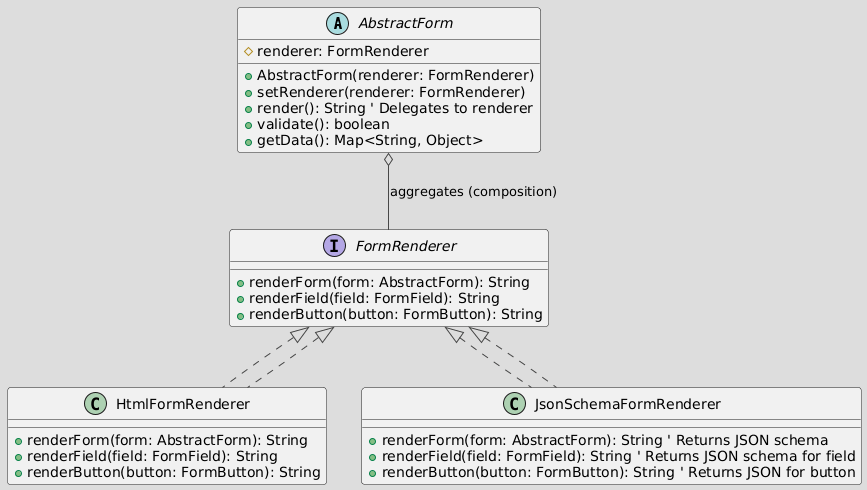
Earlier version of the PlantUML export docs/Uml-diagram/bridge.png (JordanFotso/AutoElite).
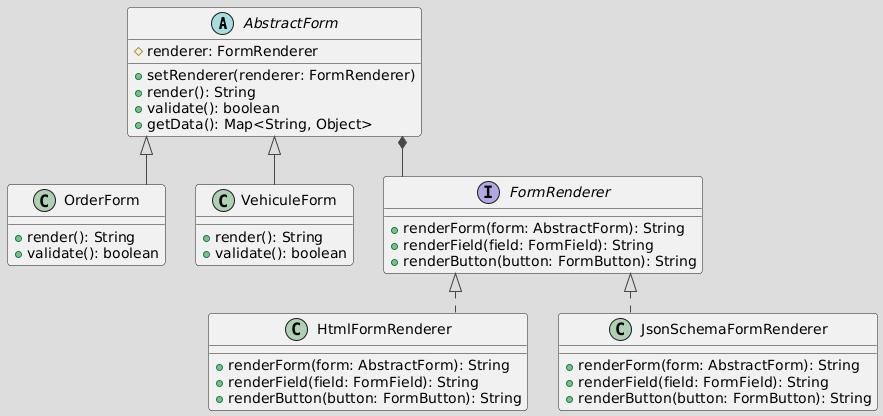
The same file after the commit.

Change to the diagram source:
```diff
@@ -1,39 +1,50 @@
 @startuml
 !theme toy
+skinparam linetype ortho
+skinparam ranksep 40
+skinparam nodesep 30
 
+abstract class AbstractForm {
+    # renderer: FormRenderer
+    + setRenderer(renderer: FormRenderer)
+    + render(): String
+    + validate(): boolean
+    + getData(): Map<String, Object>
+}
 
-   abstract class AbstractForm {
-       # renderer: FormRenderer
-       + AbstractForm(renderer: FormRenderer)
-       + setRenderer(renderer: FormRenderer)
-       + render(): String ' Delegates to renderer
-       + validate(): boolean
-       + getData(): Map<String, Object>
-   }
+class OrderForm {
+    + render(): String
+    + validate(): boolean
+}
 
+class VehiculeForm {
+    + render(): String
+    + validate(): boolean
+}
 
-   interface FormRenderer {
-       + renderForm(form: AbstractForm): String
-       + renderField(field: FormField): String
-       + renderButton(button: FormButton): String
-   }
+AbstractForm <|-- OrderForm
+AbstractForm <|-- VehiculeForm
 
-   class HtmlFormRenderer implements FormRenderer {
-       + renderForm(form: AbstractForm): String
-       + renderField(field: FormField): String
-       + renderButton(button: FormButton): String
-   }
+interface FormRenderer {
+    + renderForm(form: AbstractForm): String
+    + renderField(field: FormField): String
+    + renderButton(button: FormButton): String
+}
 
-   class JsonSchemaFormRenderer implements FormRenderer {
-       + renderForm(form: AbstractForm): String ' Returns JSON schema
-       + renderField(field: FormField): String ' Returns JSON schema for field
-       + renderButton(button: FormButton): String ' Returns JSON for button
-   }
+class HtmlFormRenderer {
+    + renderForm(form: AbstractForm): String
+    + renderField(field: FormField): String
+    + renderButton(button: FormButton): String
+}
 
+class JsonSchemaFormRenderer {
+    + renderForm(form: AbstractForm): String
+    + renderField(field: FormField): String
+    + renderButton(button: FormButton): String
+}
 
-   AbstractForm o-- FormRenderer : aggregates (composition)
+FormRenderer <|.. HtmlFormRenderer
+FormRenderer <|.. JsonSchemaFormRenderer
 
-
-   FormRenderer <|.. HtmlFormRenderer
-   FormRenderer <|.. JsonSchemaFormRenderer
+AbstractForm *-- FormRenderer
 @enduml
```
